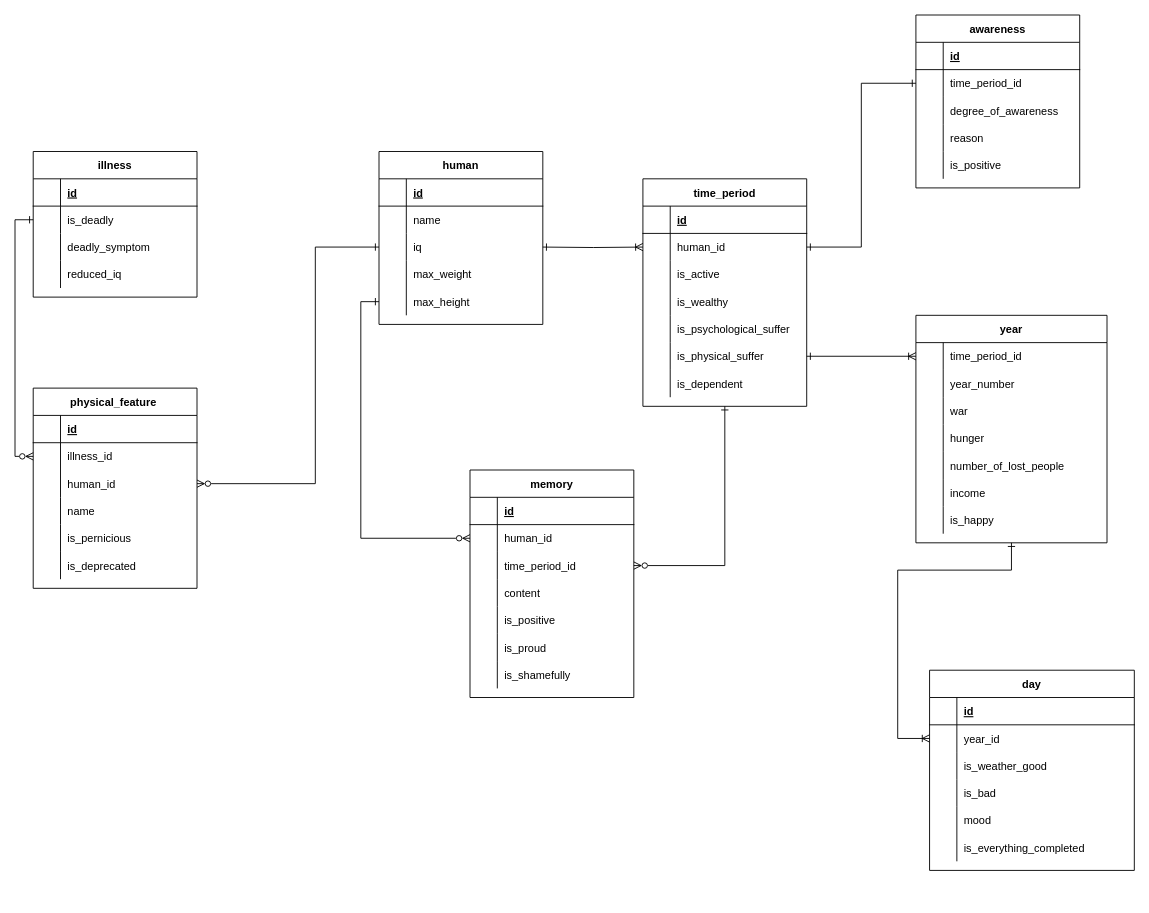
The draw.io diagram documentation/Untitled Diagram.drawio in semwett0301/booking-java-back, before the edit. Source tidied: cells renumbered, new cells numbered last; positions are measured from the earlier drawing's top-left corner, leaving out a move shared by most shapes. Both pictures are drawn from the tidied source at 91%, with x=0, y=0 at pixel (33, 15).
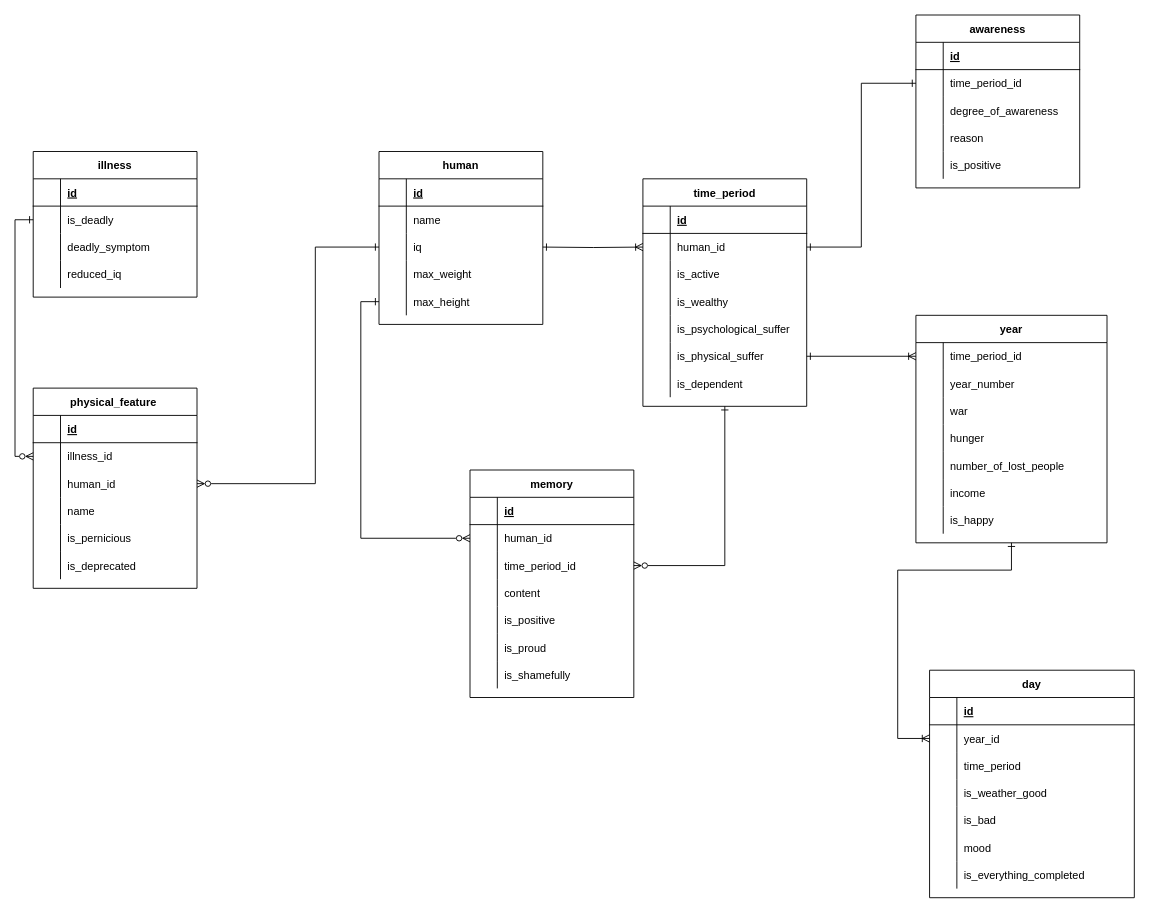
The same diagram, later.

Change to the diagram source:
```diff
@@
     <mxCell id="60" value="day" style="shape=table;startSize=30;childLayout=tableLayout;rowLines=0;fontStyle=1;align=center;" parent="1" vertex="1">
-      <mxGeometry x="985" y="720" width="225" height="220" as="geometry" />
+      <mxGeometry x="985" y="720" width="225" height="250" as="geometry" />
     </mxCell>
@@
+    <mxCell id="159" style="shape=tableRow;horizontal=0;startSize=0;swimlaneHead=0;swimlaneBody=0;fillColor=none;top=0;left=0;right=0;bottom=0;" parent="60" vertex="1">
+      <mxGeometry y="90" width="225" height="30" as="geometry" />
+    </mxCell>
+    <mxCell id="160" style="shape=partialRectangle;fillColor=none;top=0;left=0;bottom=0;right=0;overflow=hidden;" parent="159" vertex="1">
+      <mxGeometry width="30" height="30" as="geometry" />
+    </mxCell>
+    <mxCell id="161" value="time_period" style="shape=partialRectangle;fillColor=none;top=0;left=0;bottom=0;right=0;align=left;spacingLeft=6;overflow=hidden;" parent="159" vertex="1">
+      <mxGeometry x="30" width="195" height="30" as="geometry" />
+    </mxCell>
     <mxCell id="67" style="shape=tableRow;horizontal=0;startSize=0;swimlaneHead=0;swimlaneBody=0;fillColor=none;top=0;left=0;right=0;bottom=0;" parent="60" vertex="1">
-      <mxGeometry y="90" width="225" height="30" as="geometry" />
+      <mxGeometry y="120" width="225" height="30" as="geometry" />
     </mxCell>
@@
     <mxCell id="70" style="shape=tableRow;horizontal=0;startSize=0;swimlaneHead=0;swimlaneBody=0;fillColor=none;top=0;left=0;right=0;bottom=0;" parent="60" vertex="1">
-      <mxGeometry y="120" width="225" height="30" as="geometry" />
+      <mxGeometry y="150" width="225" height="30" as="geometry" />
     </mxCell>
@@
     <mxCell id="73" style="shape=tableRow;horizontal=0;startSize=0;swimlaneHead=0;swimlaneBody=0;fillColor=none;top=0;left=0;right=0;bottom=0;" parent="60" vertex="1">
-      <mxGeometry y="150" width="225" height="30" as="geometry" />
+      <mxGeometry y="180" width="225" height="30" as="geometry" />
     </mxCell>
@@
     <mxCell id="76" style="shape=tableRow;horizontal=0;startSize=0;swimlaneHead=0;swimlaneBody=0;fillColor=none;top=0;left=0;right=0;bottom=0;" parent="60" vertex="1">
-      <mxGeometry y="180" width="225" height="30" as="geometry" />
+      <mxGeometry y="210" width="225" height="30" as="geometry" />
     </mxCell>
```
